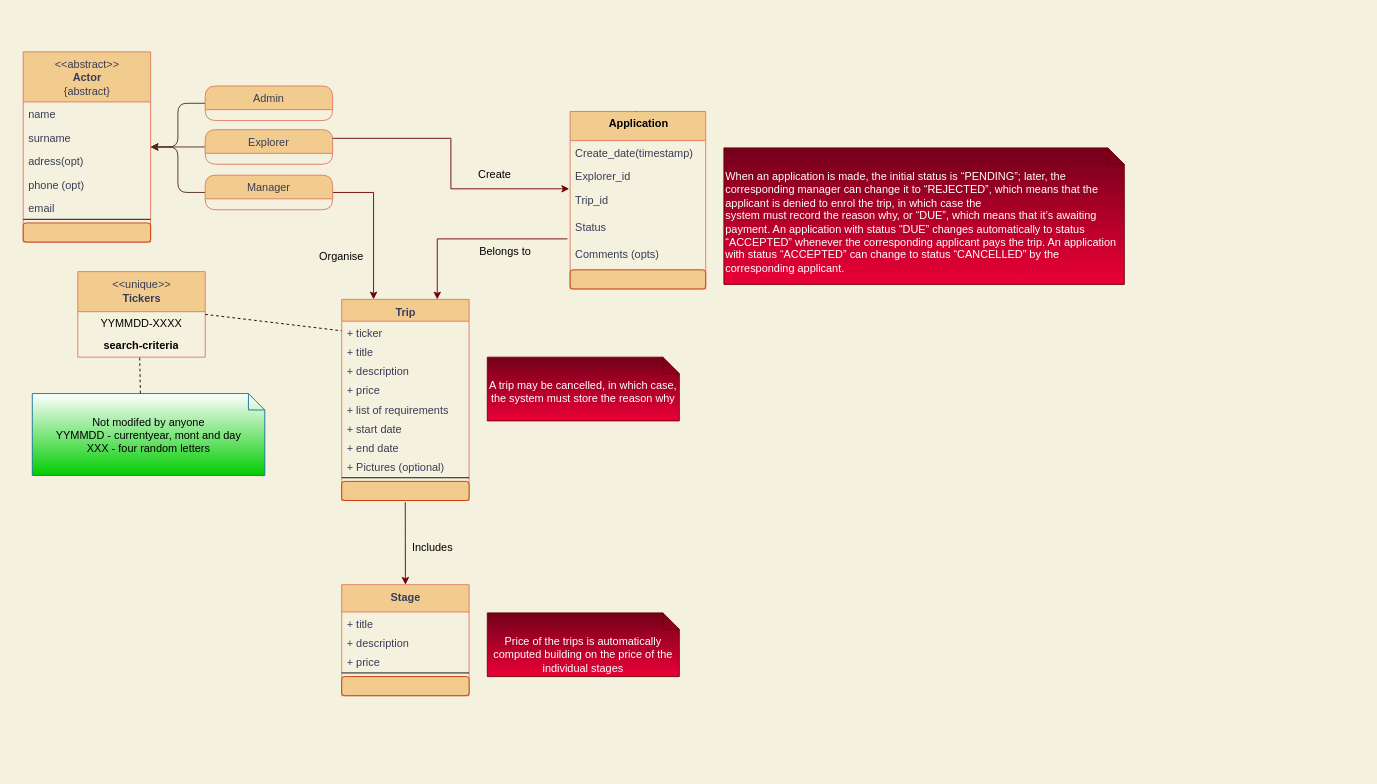
jossanlop/ACME-Explorer-6 keeps this draw.io diagram as base.drawio. Above is the earlier version. Source tidied: cells renumbered, new cells numbered last; positions are measured from the earlier drawing's top-left corner, leaving out a move shared by most shapes. Both pictures are drawn from the tidied source at 91%, with x=0, y=0 at pixel (23, 51).
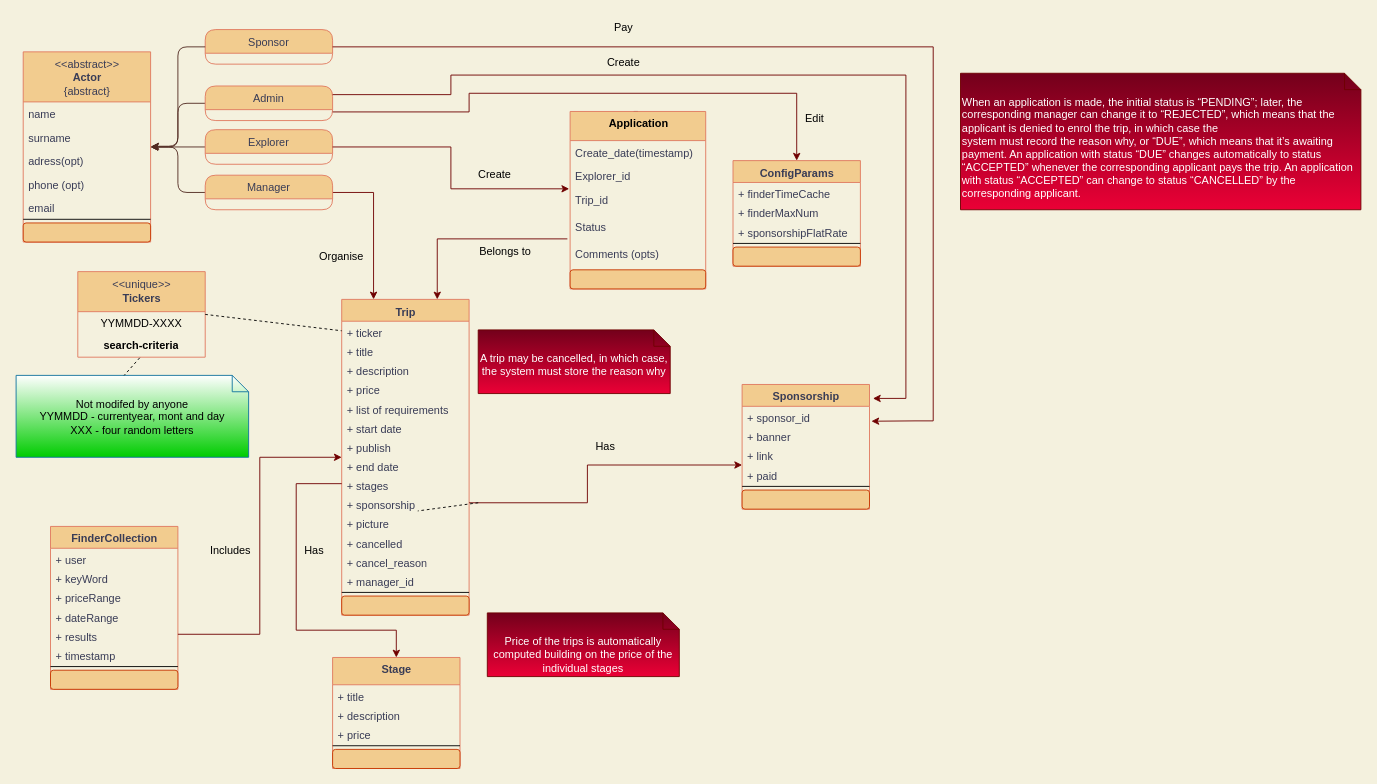
Above is the later version.

Commit message:
data model documentation update

The change refers to these unchanged cells:
```xml
<mxCell id="3" value="Admin" style="swimlane;fontStyle=0;horizontal=1;startSize=26;rounded=1;strokeColor=#E07A5F;fontColor=#393C56;fillColor=#F2CC8F;" parent="1" vertex="1">
  <mxGeometry x="200" y="38" width="140" height="38" as="geometry" />
</mxCell>
<mxCell id="5" value="Explorer" style="swimlane;fontStyle=0;horizontal=1;startSize=26;rounded=1;strokeColor=#E07A5F;fontColor=#393C56;fillColor=#F2CC8F;" parent="1" vertex="1">
  <mxGeometry x="200" y="86" width="140" height="38" as="geometry" />
</mxCell>
<mxCell id="15" value="surname" style="text;strokeColor=none;fillColor=none;align=left;verticalAlign=top;spacingLeft=4;spacingRight=4;overflow=hidden;points=[[0,0.5],[1,0.5]];portConstraint=eastwest;rounded=1;fontColor=#393C56;" parent="13" vertex="1">
  <mxGeometry y="81" width="140" height="26" as="geometry" />
</mxCell>
```

Diff of the diagram source:
```diff
@@
-    <mxCell id="11" style="edgeStyle=orthogonalEdgeStyle;rounded=0;jettySize=auto;html=1;exitX=1;exitY=0.25;exitDx=0;exitDy=0;fillColor=#a20025;strokeColor=#6F0000;" parent="1" edge="1" source="5">
+    <mxCell id="11" style="edgeStyle=orthogonalEdgeStyle;rounded=0;jettySize=auto;html=1;exitX=1;exitY=0.5;exitDx=0;exitDy=0;fillColor=#a20025;strokeColor=#6F0000;exitPerimeter=0;" parent="1" edge="1" source="5">
       <mxGeometry relative="1" as="geometry">
         <mxPoint x="600" y="151" as="targetPoint" />
         <Array as="points">
-          <mxPoint x="470" y="96" />
+          <mxPoint x="470" y="105" />
           <mxPoint x="470" y="151" />
         </Array>
       </mxGeometry>
     </mxCell>
     <mxCell id="12" value="A trip may be cancelled, in which case, the system must store the reason why" style="shape=note2;boundedLbl=1;whiteSpace=wrap;html=1;size=18;verticalAlign=top;align=center;strokeColor=#6F0000;fontColor=#ffffff;gradientColor=#EB0036;fillColor=#73001B;" parent="1" vertex="1">
-      <mxGeometry x="510" y="336" width="211" height="70" as="geometry" />
+      <mxGeometry x="500" y="306" width="211" height="70" as="geometry" />
     </mxCell>
@@
     <mxCell id="21" value="&lt;b&gt;Trip&lt;/b&gt;" style="swimlane;fontStyle=0;align=center;verticalAlign=top;horizontal=1;startSize=24;html=1;rounded=0;labelBackgroundColor=none;sketch=0;strokeColor=#E07A5F;fillColor=#F2CC8F;fontColor=#393C56;" parent="1" vertex="1">
-      <mxGeometry x="350" y="272.5" width="140" height="221" as="geometry" />
+      <mxGeometry x="350" y="272.5" width="140" height="347" as="geometry" />
     </mxCell>
@@
+    <mxCell id="29" value="+ publish" style="text;strokeColor=none;fillColor=none;align=left;verticalAlign=top;spacingLeft=4;spacingRight=4;overflow=hidden;rounded=1;fontColor=#393C56;" parent="21" vertex="1">
+      <mxGeometry y="150" width="140" height="21" as="geometry" />
+    </mxCell>
     <mxCell id="28" value="+ end date" style="text;strokeColor=none;fillColor=none;align=left;verticalAlign=top;spacingLeft=4;spacingRight=4;overflow=hidden;rounded=1;fontColor=#393C56;" parent="21" vertex="1">
-      <mxGeometry y="150" width="140" height="21" as="geometry" />
+      <mxGeometry y="171" width="140" height="21" as="geometry" />
     </mxCell>
-    <mxCell id="29" value="+ Pictures (optional)" style="text;strokeColor=none;fillColor=none;align=left;verticalAlign=top;spacingLeft=4;spacingRight=4;overflow=hidden;rounded=1;fontColor=#393C56;" parent="21" vertex="1">
-      <mxGeometry y="171" width="140" height="21" as="geometry" />
-    </mxCell>
+    <mxCell id="58" value="+ stages" style="text;strokeColor=none;fillColor=none;align=left;verticalAlign=top;spacingLeft=4;spacingRight=4;overflow=hidden;points=[[0,0.5],[1,0.5]];portConstraint=eastwest;rounded=1;fontColor=#393C56;" parent="21" vertex="1">
+      <mxGeometry y="192" width="140" height="21" as="geometry" />
+    </mxCell>
+    <mxCell id="59" value="+ sponsorship" style="text;strokeColor=none;fillColor=none;align=left;verticalAlign=top;spacingLeft=4;spacingRight=4;overflow=hidden;points=[[0,0.5],[1,0.5]];portConstraint=eastwest;rounded=1;fontColor=#393C56;" parent="21" vertex="1">
+      <mxGeometry y="213" width="140" height="21" as="geometry" />
+    </mxCell>
+    <mxCell id="60" value="+ picture" style="text;strokeColor=none;fillColor=none;align=left;verticalAlign=top;spacingLeft=4;spacingRight=4;overflow=hidden;points=[[0,0.5],[1,0.5]];portConstraint=eastwest;rounded=1;fontColor=#393C56;" parent="21" vertex="1">
+      <mxGeometry y="234" width="140" height="21" as="geometry" />
+    </mxCell>
+    <mxCell id="61" value="+ cancelled" style="text;strokeColor=none;fillColor=none;align=left;verticalAlign=top;spacingLeft=4;spacingRight=4;overflow=hidden;rounded=1;fontColor=#393C56;whiteSpace=wrap;" parent="21" vertex="1">
+      <mxGeometry y="255" width="140" height="21" as="geometry" />
+    </mxCell>
+    <mxCell id="62" value="+ cancel_reason" style="text;strokeColor=none;fillColor=none;align=left;verticalAlign=top;spacingLeft=4;spacingRight=4;overflow=hidden;rounded=1;fontColor=#393C56;whiteSpace=wrap;" parent="21" vertex="1">
+      <mxGeometry y="276" width="140" height="21" as="geometry" />
+    </mxCell>
+    <mxCell id="63" value="+ manager_id" style="text;strokeColor=none;fillColor=none;align=left;verticalAlign=top;spacingLeft=4;spacingRight=4;overflow=hidden;rounded=1;fontColor=#393C56;whiteSpace=wrap;" parent="21" vertex="1">
+      <mxGeometry y="297" width="140" height="21" as="geometry" />
+    </mxCell>
     <mxCell id="30" style="line;strokeWidth=1;fillColor=none;align=left;verticalAlign=middle;spacingTop=-1;spacingLeft=3;spacingRight=3;labelPosition=right;" parent="21" vertex="1">
-      <mxGeometry y="192" width="140" height="8" as="geometry" />
+      <mxGeometry y="318" width="140" height="8" as="geometry" />
     </mxCell>
     <mxCell id="31" style="text;strokeColor=#C73500;align=left;verticalAlign=top;spacingLeft=4;spacingRight=4;overflow=hidden;points=[[0,0.5],[1,0.5]];portConstraint=eastwest;rounded=1;fontColor=#ffffff;shadow=0;fillColor=#F2CC8F;" parent="21" vertex="1">
-      <mxGeometry y="200" width="140" height="21" as="geometry" />
+      <mxGeometry y="326" width="140" height="21" as="geometry" />
     </mxCell>
@@
     <mxCell id="45" value="&lt;b&gt;Stage&lt;/b&gt;" style="swimlane;fontStyle=0;align=center;verticalAlign=top;horizontal=1;startSize=30;html=1;rounded=0;labelBackgroundColor=none;sketch=0;strokeColor=#E07A5F;fillColor=#F2CC8F;fontColor=#393C56;" parent="1" vertex="1">
-      <mxGeometry x="350" y="586" width="140" height="122" as="geometry" />
+      <mxGeometry x="340" y="666" width="140" height="122" as="geometry" />
     </mxCell>
@@
     <mxCell id="51" value="&lt;div&gt;&lt;span&gt;When an application is&amp;nbsp;&lt;/span&gt;&lt;span&gt;made, the initial status is “PENDING”; later, the corresponding manager can change it to&amp;nbsp;&lt;/span&gt;&lt;span&gt;“REJECTED”, which means that the applicant is denied to enrol the trip, in which case the&lt;/span&gt;&lt;/div&gt;&lt;div&gt;&lt;span&gt;system must record the reason why, or “DUE”, which means that it’s awaiting payment. An&amp;nbsp;&lt;/span&gt;&lt;span&gt;application with status “DUE” changes automatically to status “ACCEPTED” whenever the&amp;nbsp;&lt;/span&gt;&lt;span&gt;corresponding applicant pays the trip. An application with status “ACCEPTED” can change to&amp;nbsp;&lt;/span&gt;&lt;span&gt;status “CANCELLED” by the corresponding applicant.&lt;/span&gt;&lt;/div&gt;" style="shape=note2;boundedLbl=1;whiteSpace=wrap;html=1;size=18;verticalAlign=top;align=left;strokeColor=#6F0000;fontColor=#ffffff;gradientColor=#EB0036;fillColor=#73001B;" parent="1" vertex="1">
-      <mxGeometry x="770" y="106" width="440" height="150" as="geometry" />
+      <mxGeometry x="1030" y="24" width="440" height="150" as="geometry" />
     </mxCell>
@@
-    <mxCell id="53" style="edgeStyle=orthogonalEdgeStyle;rounded=0;jettySize=auto;html=1;exitX=0.499;exitY=1.088;exitDx=0;exitDy=0;entryX=0.5;entryY=0;entryDx=0;entryDy=0;fillColor=#a20025;strokeColor=#6F0000;exitPerimeter=0;" parent="1" edge="1" source="31" target="45">
+    <mxCell id="53" style="edgeStyle=orthogonalEdgeStyle;rounded=0;jettySize=auto;html=1;exitX=0;exitY=0.5;exitDx=0;exitDy=0;entryX=0.5;entryY=0;entryDx=0;entryDy=0;fillColor=#a20025;strokeColor=#6F0000;" parent="1" edge="1" source="58" target="45">
       <mxGeometry relative="1" as="geometry">
         <Array as="points">
-          <mxPoint x="420" y="536" />
-          <mxPoint x="420" y="536" />
+          <mxPoint x="300" y="475" />
+          <mxPoint x="300" y="636" />
+          <mxPoint x="410" y="636" />
         </Array>
       </mxGeometry>
     </mxCell>
-    <mxCell id="54" value="Includes" style="text;html=1;align=center;verticalAlign=middle;whiteSpace=wrap;rounded=0;labelBackgroundColor=none;fontColor=#000000;" parent="1" vertex="1">
-      <mxGeometry x="430" y="536" width="40" height="20" as="geometry" />
+    <mxCell id="54" value="Has" style="text;html=1;align=center;verticalAlign=middle;whiteSpace=wrap;rounded=0;labelBackgroundColor=none;fontColor=#000000;" parent="1" vertex="1">
+      <mxGeometry x="300" y="536" width="40" height="25" as="geometry" />
     </mxCell>
     <mxCell id="55" value="Not modifed by anyone&lt;br&gt;YYMMDD - currentyear, mont and day&lt;br&gt;XXX - four random letters" style="shape=note2;boundedLbl=1;whiteSpace=wrap;html=1;size=18;verticalAlign=top;align=center;strokeColor=#10739e;gradientColor=#00CC00;" parent="1" vertex="1">
-      <mxGeometry x="10" y="376" width="255.5" height="90" as="geometry" />
+      <mxGeometry x="-7.8" y="356" width="255.5" height="90" as="geometry" />
     </mxCell>
@@
+    <mxCell id="64" value="&lt;b&gt;Sponsorship&lt;/b&gt;" style="swimlane;fontStyle=0;align=center;verticalAlign=top;horizontal=1;startSize=24;html=1;rounded=0;labelBackgroundColor=none;sketch=0;strokeColor=#E07A5F;fillColor=#F2CC8F;fontColor=#393C56;" parent="1" vertex="1">
+      <mxGeometry x="790" y="366" width="140" height="137" as="geometry" />
+    </mxCell>
+    <mxCell id="65" value="+ sponsor_id" style="text;strokeColor=none;fillColor=none;align=left;verticalAlign=top;spacingLeft=4;spacingRight=4;overflow=hidden;points=[[0,0.5],[1,0.5]];portConstraint=eastwest;rounded=1;fontColor=#393C56;" parent="64" vertex="1">
+      <mxGeometry y="24" width="140" height="21" as="geometry" />
+    </mxCell>
+    <mxCell id="66" value="+ banner" style="text;strokeColor=none;fillColor=none;align=left;verticalAlign=top;spacingLeft=4;spacingRight=4;overflow=hidden;rounded=1;fontColor=#393C56;" parent="64" vertex="1">
+      <mxGeometry y="45" width="140" height="21" as="geometry" />
+    </mxCell>
+    <mxCell id="67" value="+ link" style="text;strokeColor=none;fillColor=none;align=left;verticalAlign=top;spacingLeft=4;spacingRight=4;overflow=hidden;rounded=1;fontColor=#393C56;" parent="64" vertex="1">
+      <mxGeometry y="66" width="140" height="21" as="geometry" />
+    </mxCell>
+    <mxCell id="68" value="+ paid" style="text;strokeColor=none;fillColor=none;align=left;verticalAlign=top;spacingLeft=4;spacingRight=4;overflow=hidden;rounded=1;fontColor=#393C56;" parent="64" vertex="1">
+      <mxGeometry y="87" width="140" height="21" as="geometry" />
+    </mxCell>
+    <mxCell id="69" style="line;strokeWidth=1;fillColor=none;align=left;verticalAlign=middle;spacingTop=-1;spacingLeft=3;spacingRight=3;labelPosition=right;" parent="64" vertex="1">
+      <mxGeometry y="108" width="140" height="8" as="geometry" />
+    </mxCell>
+    <mxCell id="70" style="text;strokeColor=#C73500;align=left;verticalAlign=top;spacingLeft=4;spacingRight=4;overflow=hidden;rounded=1;fontColor=#ffffff;shadow=0;fillColor=#F2CC8F;" parent="64" vertex="1">
+      <mxGeometry y="116" width="140" height="21" as="geometry" />
+    </mxCell>
+    <mxCell id="71" style="edgeStyle=orthogonalEdgeStyle;rounded=0;jettySize=auto;html=1;entryX=0;entryY=0.5;entryDx=0;entryDy=0;fillColor=#a20025;strokeColor=#6F0000;" parent="1" edge="1" source="59">
+      <mxGeometry relative="1" as="geometry">
+        <mxPoint x="790" y="454.5" as="targetPoint" />
+        <Array as="points">
+          <mxPoint x="620" y="496" />
+          <mxPoint x="620" y="454" />
+        </Array>
+      </mxGeometry>
+    </mxCell>
+    <mxCell id="72" value="Has" style="text;html=1;align=center;verticalAlign=middle;whiteSpace=wrap;rounded=0;labelBackgroundColor=none;fontColor=#000000;" parent="1" vertex="1">
+      <mxGeometry x="620" y="421" width="40" height="25" as="geometry" />
+    </mxCell>
+    <mxCell id="73" value="Sponsor" style="swimlane;fontStyle=0;horizontal=1;startSize=26;rounded=1;strokeColor=#E07A5F;fontColor=#393C56;fillColor=#F2CC8F;" parent="1" vertex="1">
+      <mxGeometry x="200" y="-24" width="140" height="38" as="geometry" />
+    </mxCell>
+    <mxCell id="74" style="edgeStyle=orthogonalEdgeStyle;rounded=0;jettySize=auto;html=1;exitX=1;exitY=0.25;exitDx=0;exitDy=0;fillColor=#a20025;strokeColor=#6F0000;entryX=1.027;entryY=0.112;entryDx=0;entryDy=0;entryPerimeter=0;" parent="1" edge="1" source="3" target="64">
+      <mxGeometry relative="1" as="geometry">
+        <Array as="points">
+          <mxPoint x="470" y="48" />
+          <mxPoint x="470" y="26" />
+          <mxPoint x="970" y="26" />
+          <mxPoint x="970" y="381" />
+        </Array>
+      </mxGeometry>
+    </mxCell>
+    <mxCell id="75" style="edgeStyle=orthogonalEdgeStyle;rounded=0;jettySize=auto;html=1;exitX=1;exitY=0.5;exitDx=0;exitDy=0;fillColor=#a20025;strokeColor=#6F0000;entryX=1.015;entryY=0.78;entryDx=0;entryDy=0;entryPerimeter=0;" parent="1" edge="1" source="73" target="65">
+      <mxGeometry relative="1" as="geometry">
+        <Array as="points">
+          <mxPoint x="1000" y="-5" />
+          <mxPoint x="1000" y="406" />
+          <mxPoint x="980" y="406" />
+        </Array>
+      </mxGeometry>
+    </mxCell>
+    <mxCell id="76" value="Pay" style="text;html=1;align=center;verticalAlign=middle;whiteSpace=wrap;rounded=0;labelBackgroundColor=none;fontColor=#000000;" parent="1" vertex="1">
+      <mxGeometry x="640" y="-39" width="40" height="25" as="geometry" />
+    </mxCell>
+    <mxCell id="77" value="Create" style="text;html=1;align=center;verticalAlign=middle;whiteSpace=wrap;rounded=0;labelBackgroundColor=none;fontColor=#000000;" parent="1" vertex="1">
+      <mxGeometry x="640" y="0.5" width="40" height="25" as="geometry" />
+    </mxCell>
+    <mxCell id="78" style="edgeStyle=orthogonalEdgeStyle;curved=0;rounded=1;sketch=0;jettySize=auto;html=1;strokeColor=#522C23;fillColor=#F2CC8F;fontColor=#393C56;entryX=1.006;entryY=0.874;entryDx=0;entryDy=0;entryPerimeter=0;exitX=0;exitY=0.5;exitDx=0;exitDy=0;" parent="1" edge="1" source="73" target="15">
+      <mxGeometry relative="1" as="geometry">
+        <Array as="points">
+          <mxPoint x="170" y="-5" />
+          <mxPoint x="170" y="104" />
+        </Array>
+      </mxGeometry>
+    </mxCell>
+    <mxCell id="79" style="endArrow=none;dashed=1;html=1;fontColor=#000000;strokeColor=#000000;entryX=0.597;entryY=-0.073;entryDx=0;entryDy=0;entryPerimeter=0;" parent="1" edge="1" target="60">
+      <mxGeometry relative="1" as="geometry">
+        <mxPoint x="500" y="496" as="sourcePoint" />
+      </mxGeometry>
+    </mxCell>
+    <mxCell id="80" value="&lt;b&gt;FinderCollection&lt;/b&gt;" style="swimlane;fontStyle=0;align=center;verticalAlign=top;horizontal=1;startSize=24;html=1;rounded=0;labelBackgroundColor=none;sketch=0;strokeColor=#E07A5F;fillColor=#F2CC8F;fontColor=#393C56;" parent="1" vertex="1">
+      <mxGeometry x="30" y="522" width="140" height="179" as="geometry" />
+    </mxCell>
+    <mxCell id="81" value="+ user" style="text;strokeColor=none;fillColor=none;align=left;verticalAlign=top;spacingLeft=4;spacingRight=4;overflow=hidden;rounded=1;fontColor=#393C56;" parent="80" vertex="1">
+      <mxGeometry y="24" width="140" height="21" as="geometry" />
+    </mxCell>
+    <mxCell id="82" value="+ keyWord" style="text;strokeColor=none;fillColor=none;align=left;verticalAlign=top;spacingLeft=4;spacingRight=4;overflow=hidden;rounded=1;fontColor=#393C56;" parent="80" vertex="1">
+      <mxGeometry y="45" width="140" height="21" as="geometry" />
+    </mxCell>
+    <mxCell id="83" value="+ priceRange" style="text;strokeColor=none;fillColor=none;align=left;verticalAlign=top;spacingLeft=4;spacingRight=4;overflow=hidden;rounded=1;fontColor=#393C56;" parent="80" vertex="1">
+      <mxGeometry y="66" width="140" height="21" as="geometry" />
+    </mxCell>
+    <mxCell id="84" value="+ dateRange" style="text;strokeColor=none;fillColor=none;align=left;verticalAlign=top;spacingLeft=4;spacingRight=4;overflow=hidden;rounded=1;fontColor=#393C56;" parent="80" vertex="1">
+      <mxGeometry y="87" width="140" height="21" as="geometry" />
+    </mxCell>
+    <mxCell id="85" value="+ results" style="text;strokeColor=none;fillColor=none;align=left;verticalAlign=top;spacingLeft=4;spacingRight=4;overflow=hidden;points=[[0,0.5],[1,0.5]];portConstraint=eastwest;rounded=1;fontColor=#393C56;" parent="80" vertex="1">
+      <mxGeometry y="108" width="140" height="21" as="geometry" />
+    </mxCell>
+    <mxCell id="86" value="+ timestamp" style="text;strokeColor=none;fillColor=none;align=left;verticalAlign=top;spacingLeft=4;spacingRight=4;overflow=hidden;rounded=1;fontColor=#393C56;" parent="80" vertex="1">
+      <mxGeometry y="129" width="140" height="21" as="geometry" />
+    </mxCell>
+    <mxCell id="87" style="line;strokeWidth=1;fillColor=none;align=left;verticalAlign=middle;spacingTop=-1;spacingLeft=3;spacingRight=3;labelPosition=right;" parent="80" vertex="1">
+      <mxGeometry y="150" width="140" height="8" as="geometry" />
+    </mxCell>
+    <mxCell id="88" style="text;strokeColor=#C73500;align=left;verticalAlign=top;spacingLeft=4;spacingRight=4;overflow=hidden;rounded=1;fontColor=#ffffff;shadow=0;fillColor=#F2CC8F;" parent="80" vertex="1">
+      <mxGeometry y="158" width="140" height="21" as="geometry" />
+    </mxCell>
+    <mxCell id="89" style="edgeStyle=orthogonalEdgeStyle;rounded=0;jettySize=auto;html=1;fillColor=#a20025;strokeColor=#6F0000;exitX=1;exitY=0.5;exitDx=0;exitDy=0;" parent="1" edge="1" source="85">
+      <mxGeometry relative="1" as="geometry">
+        <mxPoint x="350" y="446" as="targetPoint" />
+        <Array as="points">
+          <mxPoint x="260" y="640" />
+          <mxPoint x="260" y="446" />
+        </Array>
+      </mxGeometry>
+    </mxCell>
+    <mxCell id="90" value="Includes" style="text;html=1;align=center;verticalAlign=middle;whiteSpace=wrap;rounded=0;labelBackgroundColor=none;fontColor=#000000;" parent="1" vertex="1">
+      <mxGeometry x="207.8" y="536" width="40" height="25" as="geometry" />
+    </mxCell>
+    <mxCell id="91" value="&lt;b&gt;ConfigParams&lt;/b&gt;" style="swimlane;fontStyle=0;align=center;verticalAlign=top;horizontal=1;startSize=24;html=1;rounded=0;labelBackgroundColor=none;sketch=0;strokeColor=#E07A5F;fillColor=#F2CC8F;fontColor=#393C56;" parent="1" vertex="1">
+      <mxGeometry x="780" y="120" width="140" height="116" as="geometry" />
+    </mxCell>
+    <mxCell id="92" value="+ finderTimeCache" style="text;strokeColor=none;fillColor=none;align=left;verticalAlign=top;spacingLeft=4;spacingRight=4;overflow=hidden;rounded=1;fontColor=#393C56;" parent="91" vertex="1">
+      <mxGeometry y="24" width="140" height="21" as="geometry" />
+    </mxCell>
+    <mxCell id="93" value="+ finderMaxNum" style="text;strokeColor=none;fillColor=none;align=left;verticalAlign=top;spacingLeft=4;spacingRight=4;overflow=hidden;rounded=1;fontColor=#393C56;" parent="91" vertex="1">
+      <mxGeometry y="45" width="140" height="21" as="geometry" />
+    </mxCell>
+    <mxCell id="94" value="+ sponsorshipFlatRate" style="text;strokeColor=none;fillColor=none;align=left;verticalAlign=top;spacingLeft=4;spacingRight=4;overflow=hidden;rounded=1;fontColor=#393C56;" parent="91" vertex="1">
+      <mxGeometry y="66" width="140" height="21" as="geometry" />
+    </mxCell>
+    <mxCell id="95" style="line;strokeWidth=1;fillColor=none;align=left;verticalAlign=middle;spacingTop=-1;spacingLeft=3;spacingRight=3;labelPosition=right;" parent="91" vertex="1">
+      <mxGeometry y="87" width="140" height="8" as="geometry" />
+    </mxCell>
+    <mxCell id="96" style="text;strokeColor=#C73500;align=left;verticalAlign=top;spacingLeft=4;spacingRight=4;overflow=hidden;rounded=1;fontColor=#ffffff;shadow=0;fillColor=#F2CC8F;" parent="91" vertex="1">
+      <mxGeometry y="95" width="140" height="21" as="geometry" />
+    </mxCell>
+    <mxCell id="97" style="edgeStyle=orthogonalEdgeStyle;rounded=0;jettySize=auto;html=1;exitX=1;exitY=0.75;exitDx=0;exitDy=0;fillColor=#a20025;strokeColor=#6F0000;entryX=0.5;entryY=0;entryDx=0;entryDy=0;" parent="1" edge="1" source="3" target="91">
+      <mxGeometry relative="1" as="geometry">
+        <Array as="points">
+          <mxPoint x="490" y="67" />
+          <mxPoint x="490" y="46" />
+          <mxPoint x="850" y="46" />
+        </Array>
+      </mxGeometry>
+    </mxCell>
+    <mxCell id="98" value="Edit" style="text;html=1;align=center;verticalAlign=middle;whiteSpace=wrap;rounded=0;labelBackgroundColor=none;fontColor=#000000;" parent="1" vertex="1">
+      <mxGeometry x="850" y="61" width="40" height="25" as="geometry" />
+    </mxCell>
```
